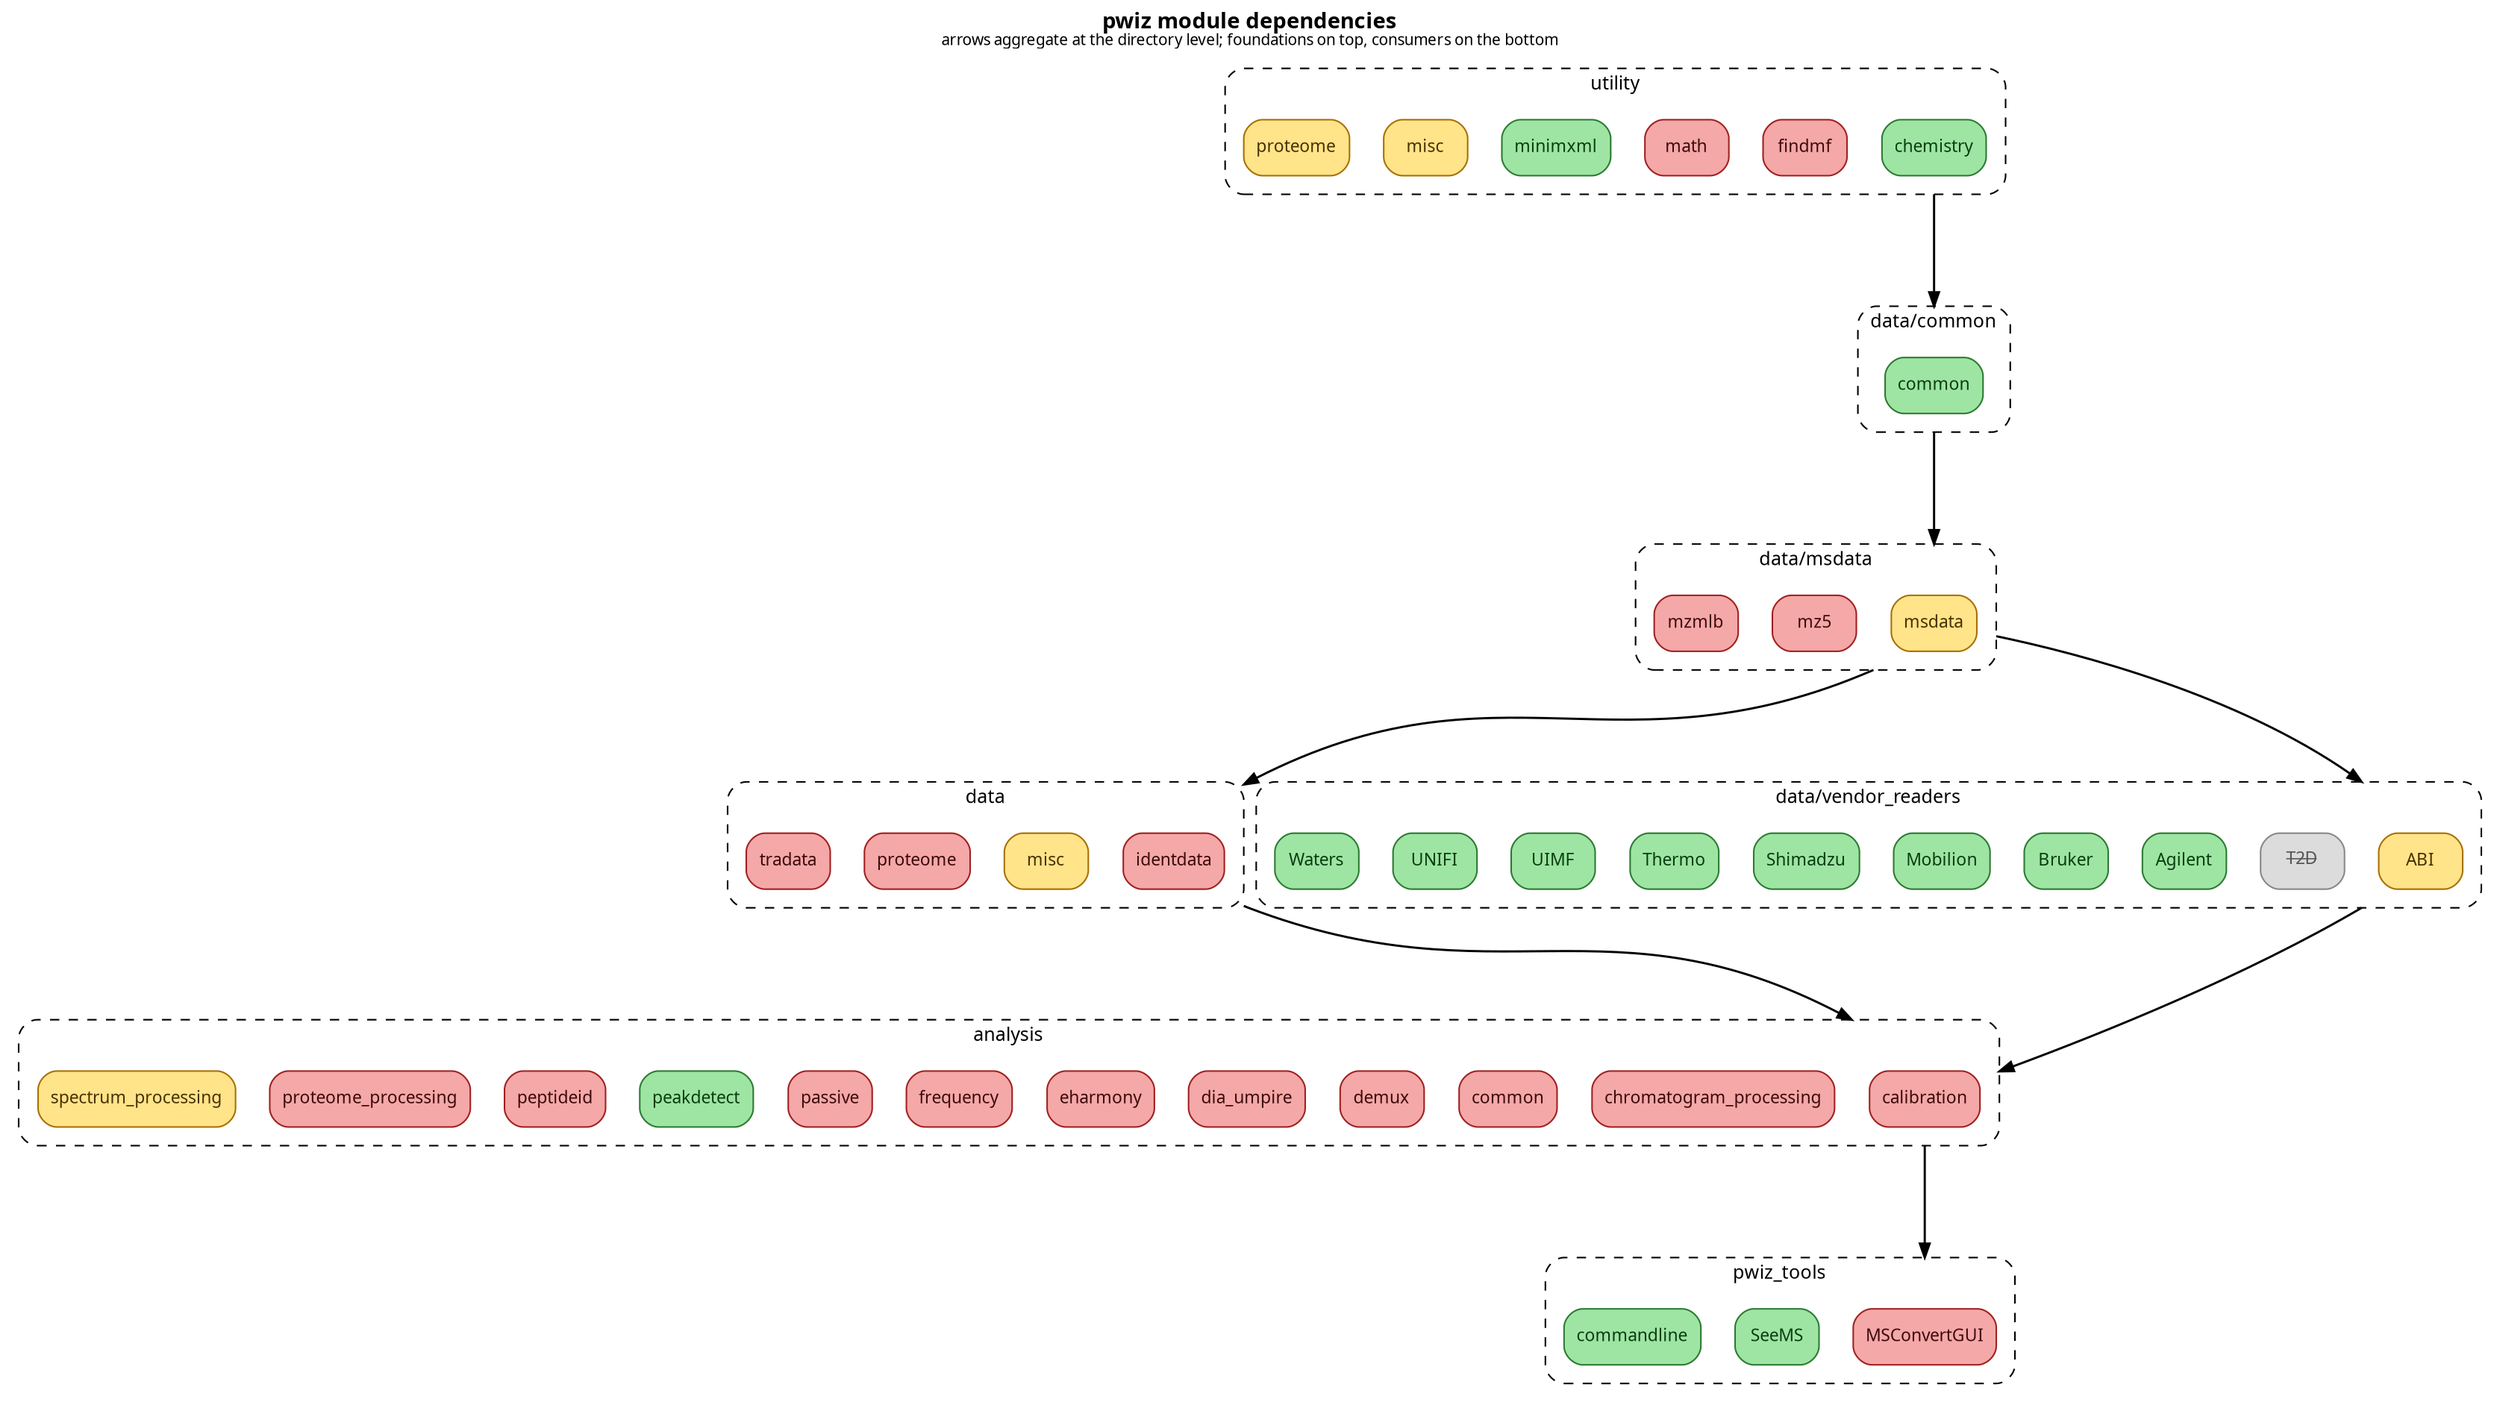
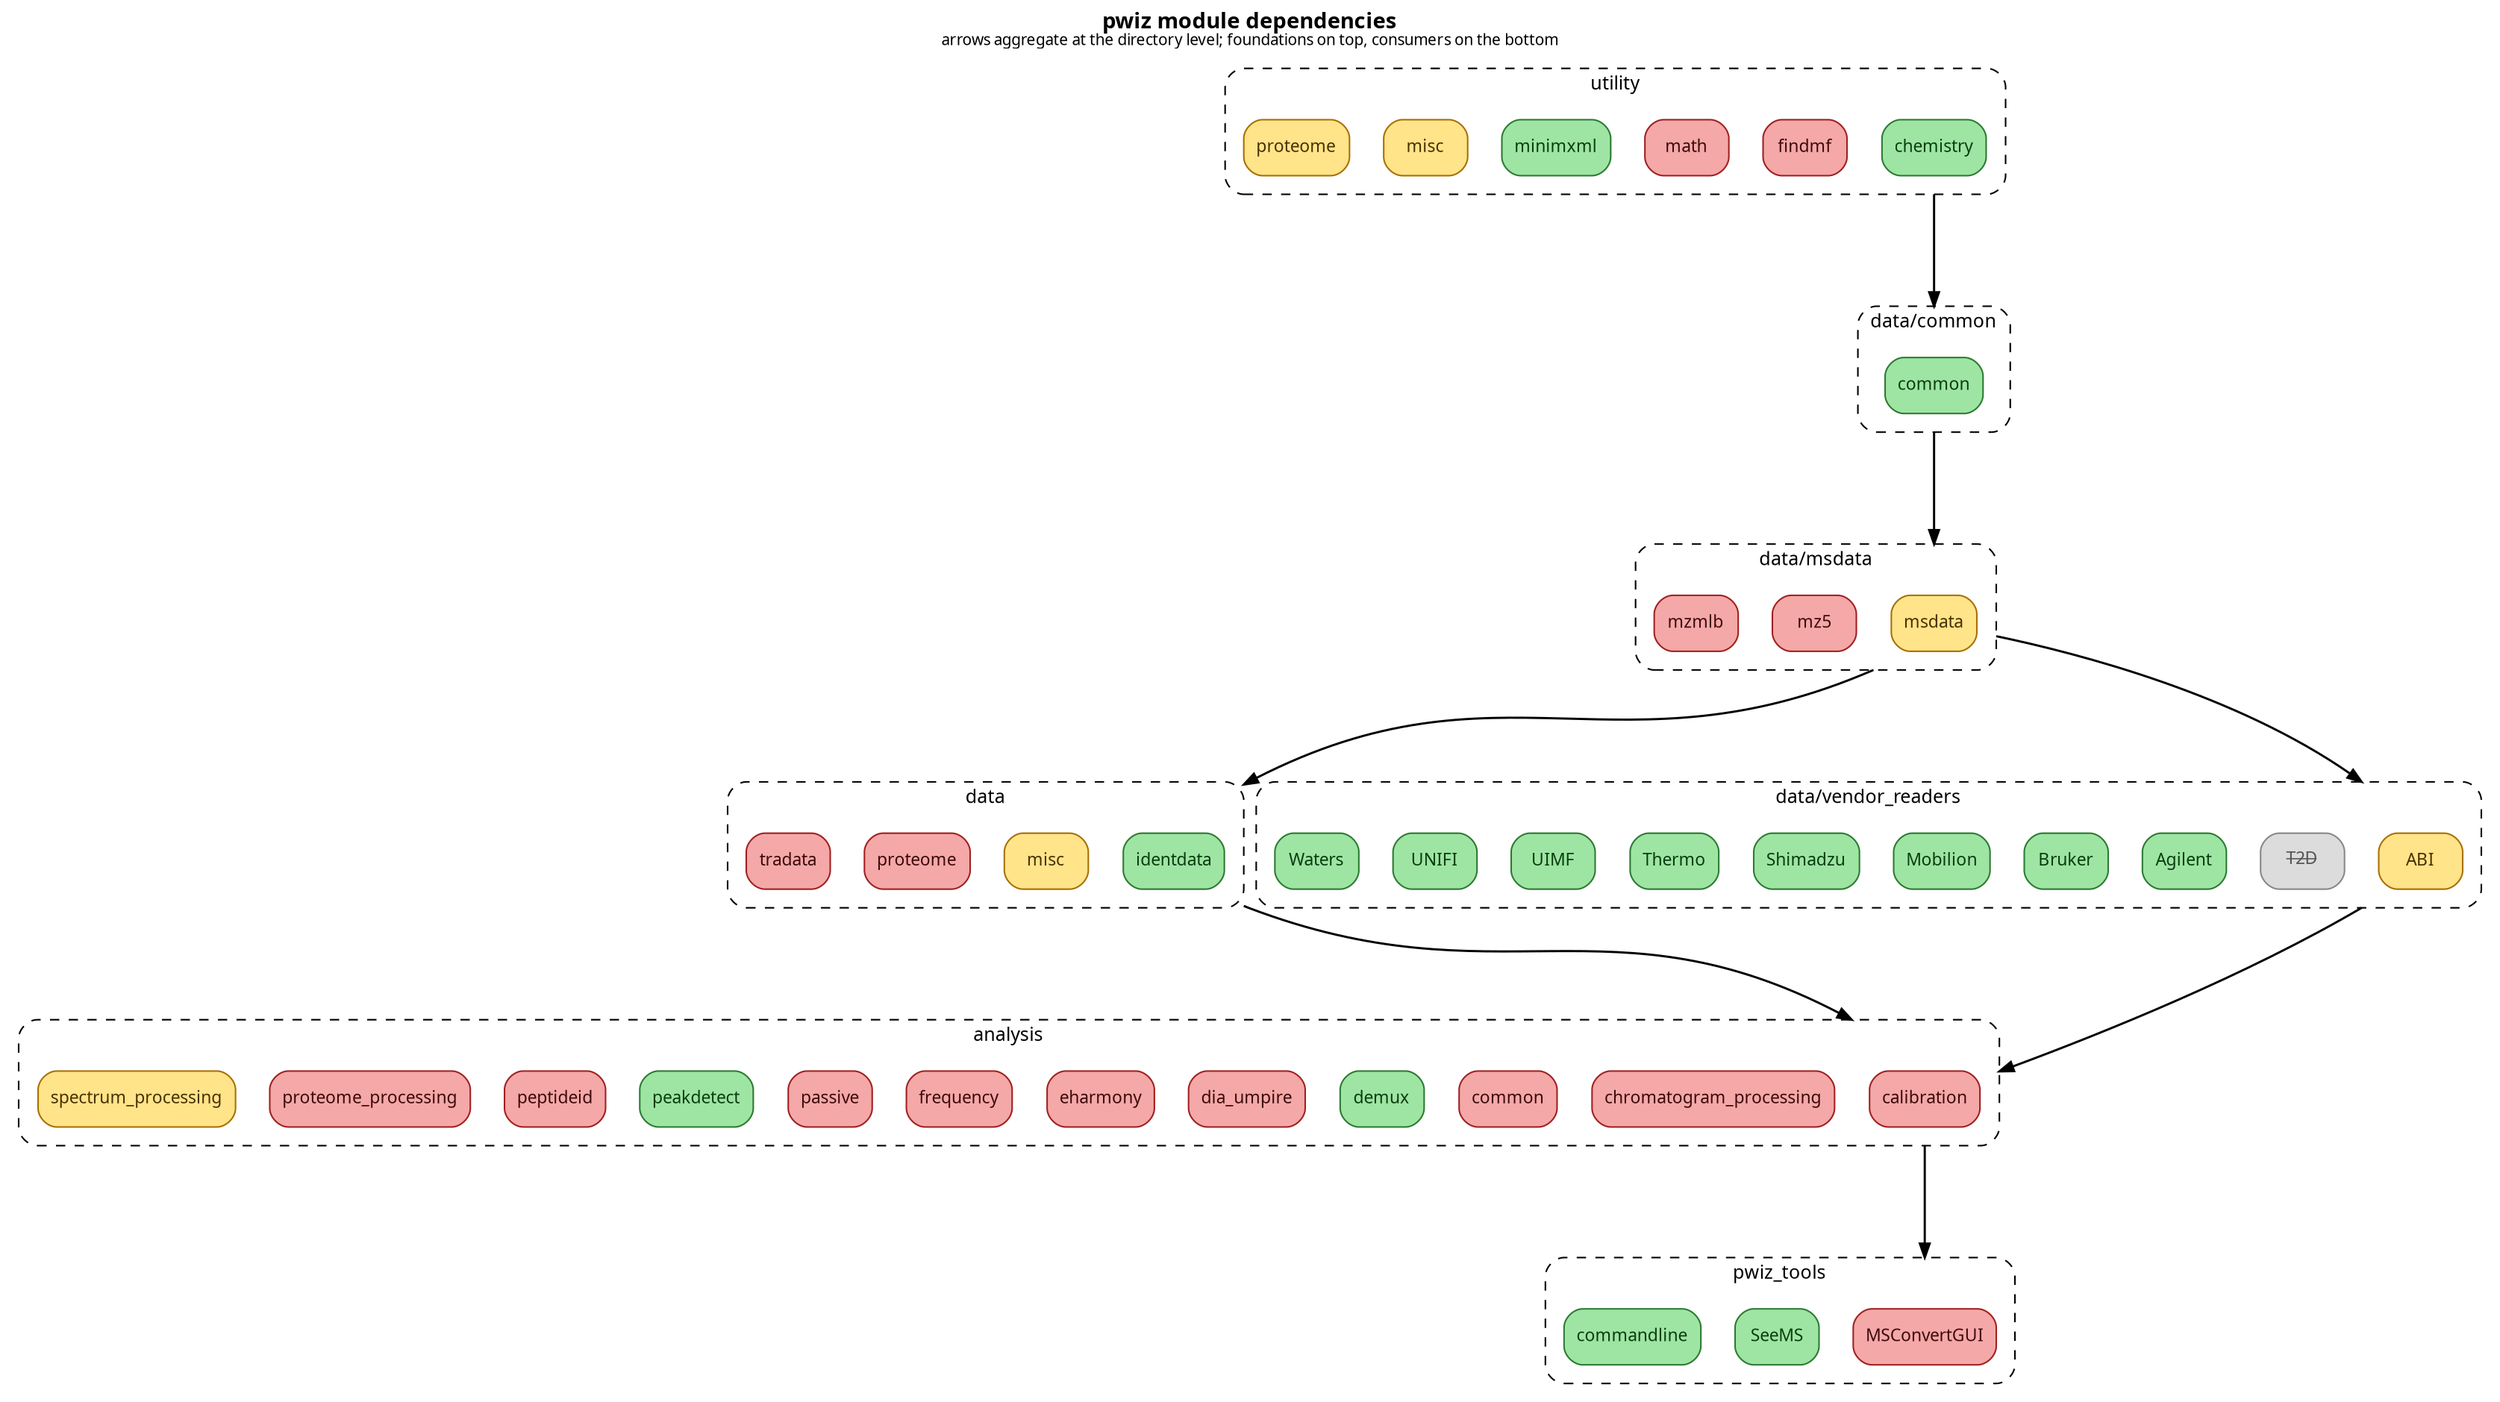
digraph pwiz_modules {
  rankdir=TB;
  labelloc=t;
  label=<<b>pwiz module dependencies</b><br/><font point-size="10">arrows aggregate at the directory level; foundations on top, consumers on the bottom</font>>;
  fontname="Segoe UI";
  node [shape=box, style="filled,rounded", fontname="Segoe UI", fontsize=11];
  edge [color="#444", penwidth=1.4, arrowsize=0.9];
  splines=spline;
  ranksep=0.8; nodesep=0.3;
  compound=true;

  subgraph cluster_analysis {
    label="analysis";
    style="rounded,dashed";
    color="#888";
    fontname="Segoe UI";
    fontsize=12;
    margin=12;
    n_analysis__calibration [label="calibration", fillcolor="#f5a8a8", color="#a02020", fontcolor="#3d0a0a"];
    n_analysis__chromatogram_processing [label="chromatogram_processing", fillcolor="#f5a8a8", color="#a02020", fontcolor="#3d0a0a"];
    n_analysis__common [label="common", fillcolor="#f5a8a8", color="#a02020", fontcolor="#3d0a0a"];
-     n_analysis__demux [label="demux", fillcolor="#f5a8a8", color="#a02020", fontcolor="#3d0a0a"];
+     n_analysis__demux [label="demux", fillcolor="#9ee5a3", color="#2c7a32", fontcolor="#0a3d10"];
    n_analysis__dia_umpire [label="dia_umpire", fillcolor="#f5a8a8", color="#a02020", fontcolor="#3d0a0a"];
    n_analysis__eharmony [label="eharmony", fillcolor="#f5a8a8", color="#a02020", fontcolor="#3d0a0a"];
    n_analysis__frequency [label="frequency", fillcolor="#f5a8a8", color="#a02020", fontcolor="#3d0a0a"];
    n_analysis__passive [label="passive", fillcolor="#f5a8a8", color="#a02020", fontcolor="#3d0a0a"];
    n_analysis__peakdetect [label="peakdetect", fillcolor="#9ee5a3", color="#2c7a32", fontcolor="#0a3d10"];
    n_analysis__peptideid [label="peptideid", fillcolor="#f5a8a8", color="#a02020", fontcolor="#3d0a0a"];
    n_analysis__proteome_processing [label="proteome_processing", fillcolor="#f5a8a8", color="#a02020", fontcolor="#3d0a0a"];
    n_analysis__spectrum_processing [label="spectrum_processing", fillcolor="#ffe48a", color="#a87000", fontcolor="#4a3000"];
  }

  subgraph cluster_data {
    label="data";
    style="rounded,dashed";
    color="#888";
    fontname="Segoe UI";
    fontsize=12;
    margin=12;
-     n_data__identdata [label="identdata", fillcolor="#f5a8a8", color="#a02020", fontcolor="#3d0a0a"];
+     n_data__identdata [label="identdata", fillcolor="#9ee5a3", color="#2c7a32", fontcolor="#0a3d10"];
    n_data__misc [label="misc", fillcolor="#ffe48a", color="#a87000", fontcolor="#4a3000"];
    n_data__proteome [label="proteome", fillcolor="#f5a8a8", color="#a02020", fontcolor="#3d0a0a"];
    n_data__tradata [label="tradata", fillcolor="#f5a8a8", color="#a02020", fontcolor="#3d0a0a"];
  }

  subgraph cluster_data_common {
    label="data/common";
    style="rounded,dashed";
    color="#888";
    fontname="Segoe UI";
    fontsize=12;
    margin=12;
    n_data__common [label="common", fillcolor="#9ee5a3", color="#2c7a32", fontcolor="#0a3d10"];
  }

  subgraph cluster_data_msdata {
    label="data/msdata";
    style="rounded,dashed";
    color="#888";
    fontname="Segoe UI";
    fontsize=12;
    margin=12;
    n_data__msdata [label="msdata", fillcolor="#ffe48a", color="#a87000", fontcolor="#4a3000"];
    n_data__msdata__mz5 [label="mz5", fillcolor="#f5a8a8", color="#a02020", fontcolor="#3d0a0a"];
    n_data__msdata__mzmlb [label="mzmlb", fillcolor="#f5a8a8", color="#a02020", fontcolor="#3d0a0a"];
  }

  subgraph cluster_data_vendor_readers {
    label="data/vendor_readers";
    style="rounded,dashed";
    color="#888";
    fontname="Segoe UI";
    fontsize=12;
    margin=12;
    n_data__vendor_readers__ABI [label="ABI", fillcolor="#ffe48a", color="#a87000", fontcolor="#4a3000"];
    n_data__vendor_readers__ABI__T2D [label=<<s>T2D</s>>, fillcolor="#dcdcdc", color="#888888", fontcolor="#555555"];
    n_data__vendor_readers__Agilent [label="Agilent", fillcolor="#9ee5a3", color="#2c7a32", fontcolor="#0a3d10"];
    n_data__vendor_readers__Bruker [label="Bruker", fillcolor="#9ee5a3", color="#2c7a32", fontcolor="#0a3d10"];
    n_data__vendor_readers__Mobilion [label="Mobilion", fillcolor="#9ee5a3", color="#2c7a32", fontcolor="#0a3d10"];
    n_data__vendor_readers__Shimadzu [label="Shimadzu", fillcolor="#9ee5a3", color="#2c7a32", fontcolor="#0a3d10"];
    n_data__vendor_readers__Thermo [label="Thermo", fillcolor="#9ee5a3", color="#2c7a32", fontcolor="#0a3d10"];
    n_data__vendor_readers__UIMF [label="UIMF", fillcolor="#9ee5a3", color="#2c7a32", fontcolor="#0a3d10"];
    n_data__vendor_readers__UNIFI [label="UNIFI", fillcolor="#9ee5a3", color="#2c7a32", fontcolor="#0a3d10"];
    n_data__vendor_readers__Waters [label="Waters", fillcolor="#9ee5a3", color="#2c7a32", fontcolor="#0a3d10"];
  }

  subgraph cluster_pwiz_tools {
    label="pwiz_tools";
    style="rounded,dashed";
    color="#888";
    fontname="Segoe UI";
    fontsize=12;
    margin=12;
    n_pwiz_tools__MSConvertGUI [label="MSConvertGUI", fillcolor="#f5a8a8", color="#a02020", fontcolor="#3d0a0a"];
    n_pwiz_tools__SeeMS [label="SeeMS", fillcolor="#9ee5a3", color="#2c7a32", fontcolor="#0a3d10"];
    n_pwiz_tools__commandline [label="commandline", fillcolor="#9ee5a3", color="#2c7a32", fontcolor="#0a3d10"];
  }

  subgraph cluster_utility {
    label="utility";
    style="rounded,dashed";
    color="#888";
    fontname="Segoe UI";
    fontsize=12;
    margin=12;
    n_utility__chemistry [label="chemistry", fillcolor="#9ee5a3", color="#2c7a32", fontcolor="#0a3d10"];
    n_utility__findmf [label="findmf", fillcolor="#f5a8a8", color="#a02020", fontcolor="#3d0a0a"];
    n_utility__math [label="math", fillcolor="#f5a8a8", color="#a02020", fontcolor="#3d0a0a"];
    n_utility__minimxml [label="minimxml", fillcolor="#9ee5a3", color="#2c7a32", fontcolor="#0a3d10"];
    n_utility__misc [label="misc", fillcolor="#ffe48a", color="#a87000", fontcolor="#4a3000"];
    n_utility__proteome [label="proteome", fillcolor="#ffe48a", color="#a87000", fontcolor="#4a3000"];
  }

  n_data__identdata -> n_analysis__calibration [ltail=cluster_data, lhead=cluster_analysis, minlen=2];
  n_data__vendor_readers__ABI -> n_analysis__calibration [ltail=cluster_data_vendor_readers, lhead=cluster_analysis, minlen=2];
  n_data__msdata -> n_data__identdata [ltail=cluster_data_msdata, lhead=cluster_data, minlen=2];
  n_utility__chemistry -> n_data__common [ltail=cluster_utility, lhead=cluster_data_common, minlen=2];
  n_data__common -> n_data__msdata [ltail=cluster_data_common, lhead=cluster_data_msdata, minlen=2];
  n_data__msdata -> n_data__vendor_readers__ABI [ltail=cluster_data_msdata, lhead=cluster_data_vendor_readers, minlen=2];
  n_analysis__calibration -> n_pwiz_tools__MSConvertGUI [ltail=cluster_analysis, lhead=cluster_pwiz_tools, minlen=2];
}
